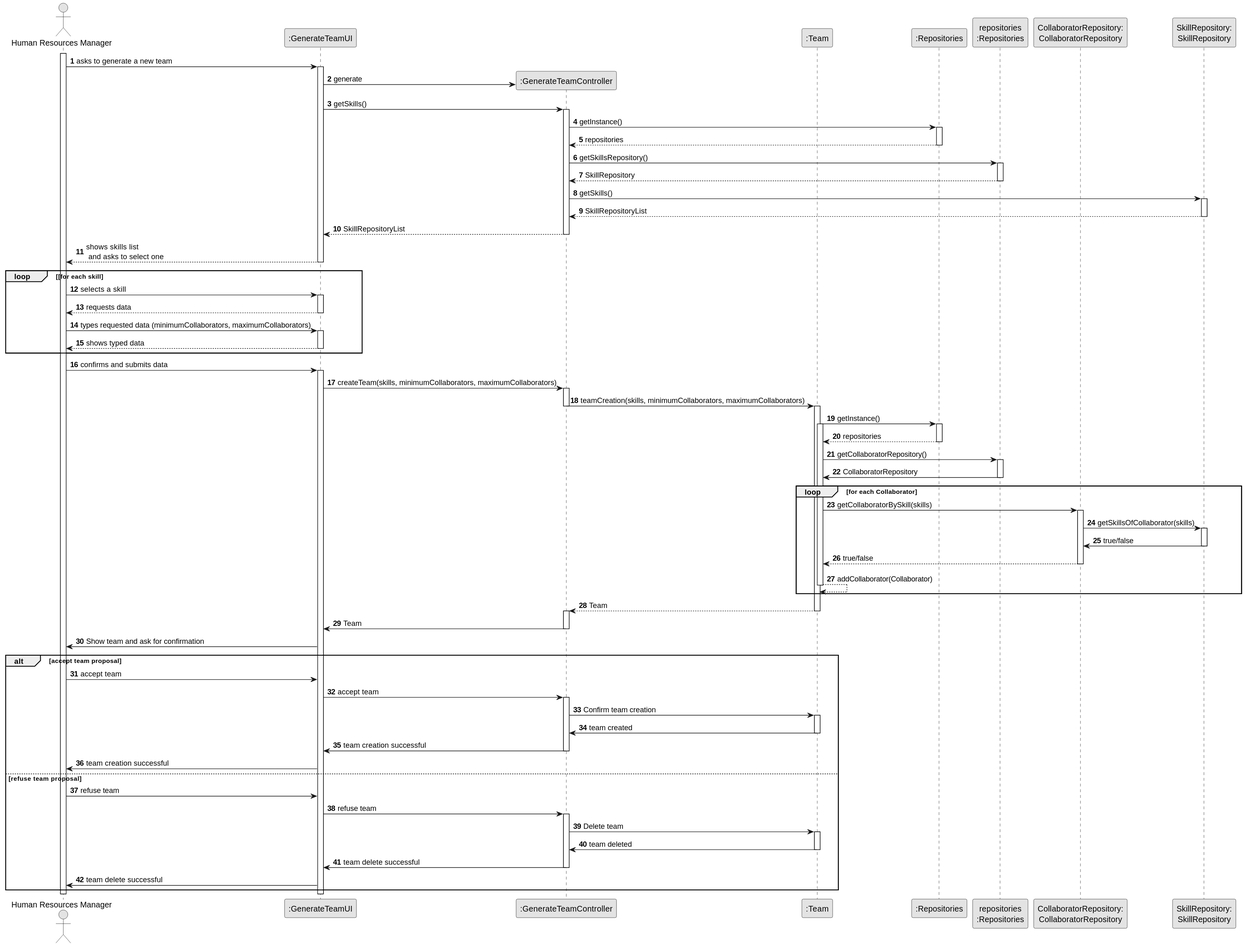
SAEmanuel/Green_Spaces_Management_ISEP keeps this PlantUML diagram as docs/sprintB/us005/03.design/svg/us005-sequence-diagram-full.svg. Above is the earlier version.
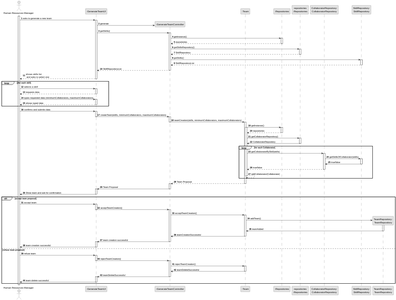
The same diagram one commit later.

What changed in the source:
```diff
@@ -13,6 +13,7 @@
 participant "repositories\n:Repositories" as PLAT
 participant "CollaboratorRepository:\nCollaboratorRepository" as CollaboratorRepository
 participant "SkillRepository:\nSkillRepository" as SkillRepository
+participant "TeamRepository:\nTeamRepository" as TeamRepository
 
 
 activate HRM
@@ -70,12 +71,15 @@
     activate UI
 
         UI -> CTRL : createTeam(skills, minimumCollaborators, maximumCollaborators)
+        deactivate UI
+
         activate CTRL
 
             CTRL -> Team : teamCreation(skills, minimumCollaborators, maximumCollaborators)
         deactivate CTRL
 
         activate Team
+
 
                 Team -> RepositorySingleton : getInstance()
                 activate Team
@@ -107,42 +111,68 @@
                     deactivate Team
                     end
 
-                    Team --> CTRL : Team
+
+                    Team --> CTRL : Team Proposal
             deactivate Team
+
 
         activate CTRL
 
-            CTRL -> UI : Team
-        deactivate CTRL
+
+            CTRL -> UI : Team Proposal
+            deactivate CTRL
+
+        activate UI
 
             UI -> HRM: Show team and ask for confirmation
+            deactivate UI
+            alt accept team proposal
 
-            alt accept team proposal
+
                 HRM -> UI : accept team
-                UI -> CTRL : accept team
+                activate UI
+
+                UI -> CTRL : acceptTeamCreation()
+                deactivate UI
                 activate CTRL
 
-                CTRL -> Team : Confirm team creation
+                CTRL -> Team : acceptTeamCreation()
+
                 activate Team
 
-                Team -> CTRL : team created
+                    Team -> TeamRepository** : addTeam()
+                    activate TeamRepository
+
+                    TeamRepository -> Team : teamAdded
+                    deactivate TeamRepository
+                Team -> CTRL : teamCreationSuccessful
                 deactivate Team
                 CTRL -> UI : team creation successful
                 deactivate CTRL
+                activate UI
+
                 UI -> HRM : team creation successful
+                deactivate UI
             else refuse team proposal
                HRM -> UI : refuse team
-               UI -> CTRL : refuse team
+               activate UI
+
+               UI -> CTRL : rejectTeamCreation()
+               deactivate UI
+
                activate CTRL
 
-               CTRL -> Team : Delete team
+               CTRL -> Team : rejectTeamCreation()
                activate Team
 
-               Team -> CTRL : team deleted
+               Team -> CTRL : teamDeleteSuccessful
                deactivate Team
-               CTRL -> UI : team delete successful
+               CTRL -> UI : teamDeleteSuccessful
                deactivate CTRL
+               activate UI
+
                UI -> HRM : team delete successful
+               deactivate UI
             end
     deactivate UI
 
```
